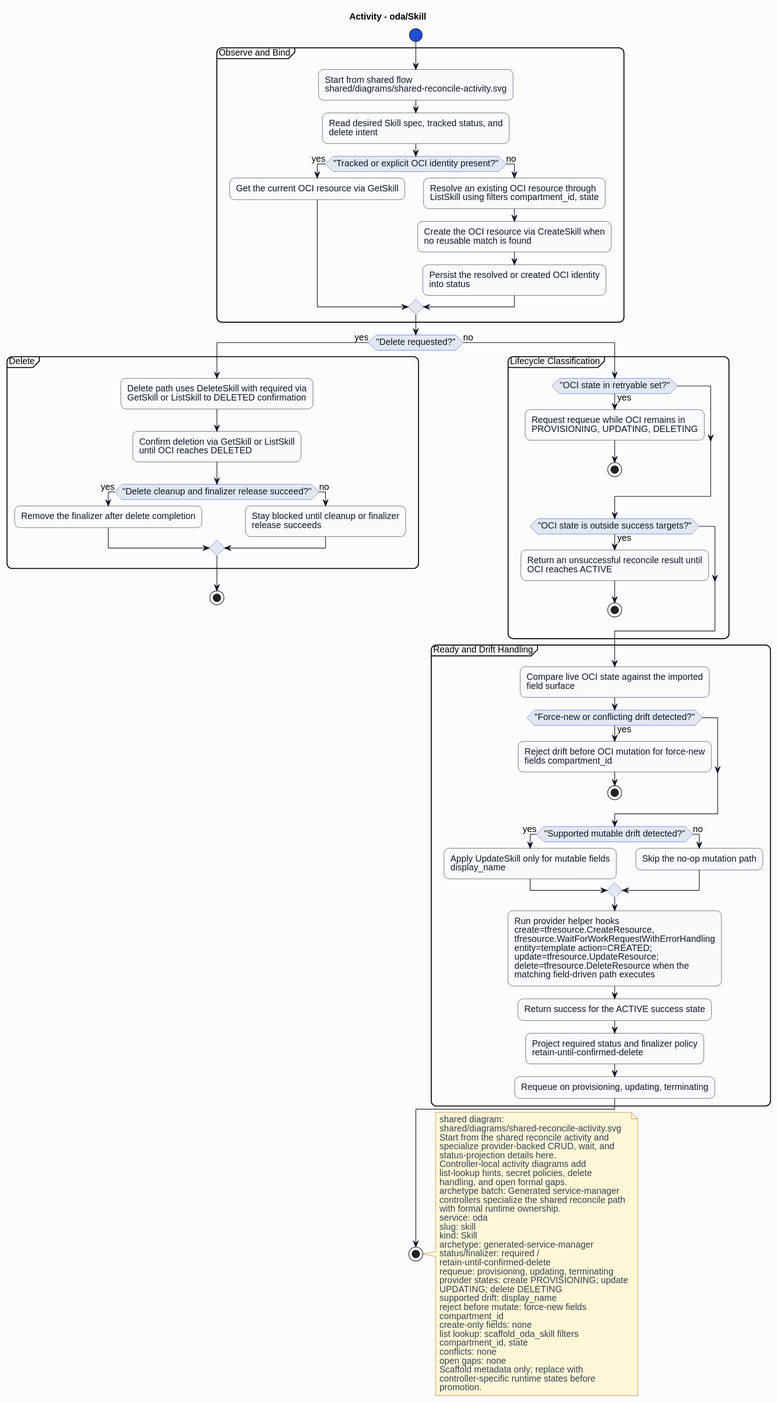
Above: formal/controllers/oda/skill/diagrams/activity.svg in HaoyL666/oci-service-operator (PlantUML), before the change.
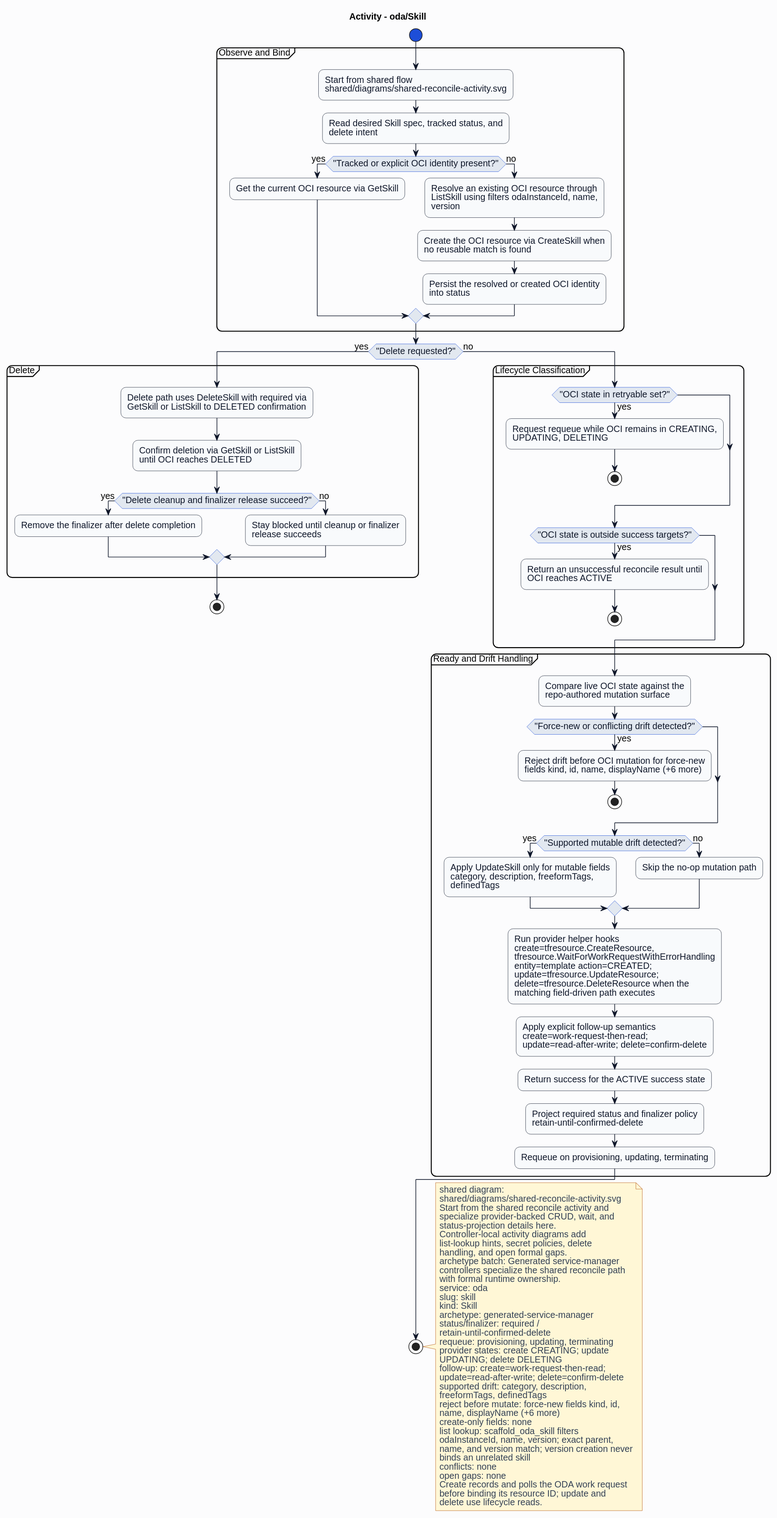
The same diagram one commit later.

Change to the diagram source:
```diff
@@ -27,7 +27,7 @@
 if ("Tracked or explicit OCI identity present?") then (yes)
 :Get the current OCI resource via GetSkill;
 else (no)
-:Resolve an existing OCI resource through\nListSkill using filters compartment_id, state;
+:Resolve an existing OCI resource through\nListSkill using filters odaInstanceId, name,\nversion;
 :Create the OCI resource via CreateSkill when\nno reusable match is found;
 :Persist the resolved or created OCI identity\ninto status;
 endif
@@ -46,7 +46,7 @@
 else (no)
 partition "Lifecycle Classification" {
 if ("OCI state in retryable set?") then (yes)
-:Request requeue while OCI remains in\nPROVISIONING, UPDATING, DELETING;
+:Request requeue while OCI remains in CREATING,\nUPDATING, DELETING;
 stop
 endif
 if ("OCI state is outside success targets?") then (yes)
@@ -55,17 +55,18 @@
 endif
 }
 partition "Ready and Drift Handling" {
-:Compare live OCI state against the imported\nfield surface;
+:Compare live OCI state against the\nrepo-authored mutation surface;
 if ("Force-new or conflicting drift detected?") then (yes)
-:Reject drift before OCI mutation for force-new\nfields compartment_id;
+:Reject drift before OCI mutation for force-new\nfields kind, id, name, displayName (+6 more);
 stop
 endif
 if ("Supported mutable drift detected?") then (yes)
-:Apply UpdateSkill only for mutable fields\ndisplay_name;
+:Apply UpdateSkill only for mutable fields\ncategory, description, freeformTags,\ndefinedTags;
 else (no)
 :Skip the no-op mutation path;
 endif
 :Run provider helper hooks\ncreate=tfresource.CreateResource,\ntfresource.WaitForWorkRequestWithErrorHandling\nentity=template action=CREATED;\nupdate=tfresource.UpdateResource;\ndelete=tfresource.DeleteResource when the\nmatching field-driven path executes;
+:Apply explicit follow-up semantics\ncreate=work-request-then-read;\nupdate=read-after-write; delete=confirm-delete;
 :Return success for the ACTIVE success state;
 :Project required status and finalizer policy\nretain-until-confirmed-delete;
 :Requeue on provisioning, updating, terminating;
@@ -91,18 +92,23 @@
 status/finalizer: required /
 retain-until-confirmed-delete
 requeue: provisioning, updating, terminating
-provider states: create PROVISIONING; update
+provider states: create CREATING; update
 UPDATING; delete DELETING
-supported drift: display_name
-reject before mutate: force-new fields
-compartment_id
+follow-up: create=work-request-then-read;
+update=read-after-write; delete=confirm-delete
+supported drift: category, description,
+freeformTags, definedTags
+reject before mutate: force-new fields kind, id,
+name, displayName (+6 more)
 create-only fields: none
 list lookup: scaffold_oda_skill filters
-compartment_id, state
+odaInstanceId, name, version; exact parent,
+name, and version match; version creation never
+binds an unrelated skill
 conflicts: none
 open gaps: none
-Scaffold metadata only; replace with
-controller-specific runtime states before
-promotion.
+Create records and polls the ODA work request
+before binding its resource ID; update and
+delete use lifecycle reads.
 end note
 @enduml
```
